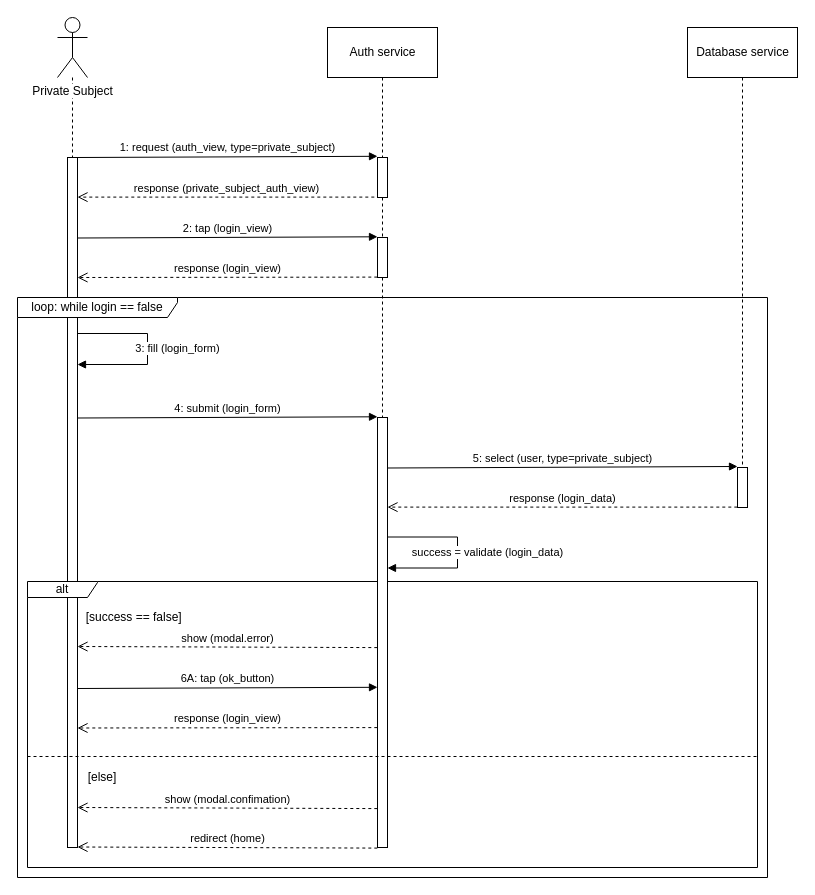
Above: RASD/assets/sequence_diagrams/login_private_subject.drawio in Tallino/DaneseSavoldelli (draw.io), before the change. Source tidied: cells renumbered, new cells numbered last; positions are measured from the earlier drawing's top-left corner, leaving out a move shared by most shapes. Both pictures are drawn from the tidied source at 100%, with x=0, y=0 at pixel (17, 17).
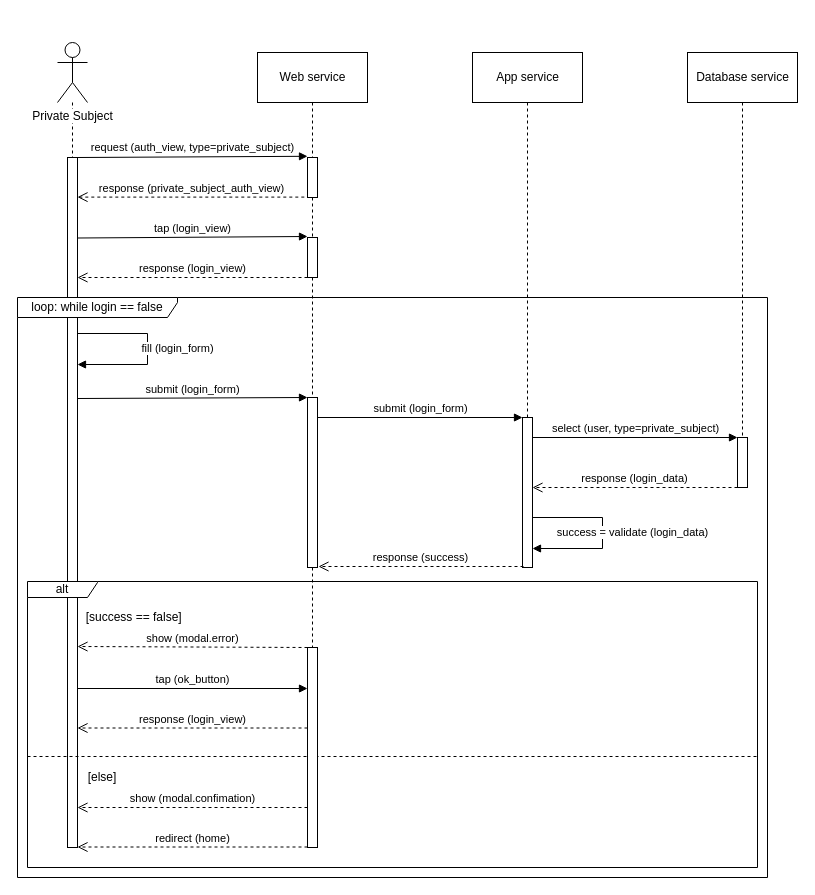
The same page after the edit.

Change to the diagram source:
```diff
@@
     <mxCell id="6" value="Private Subject" style="shape=umlActor;verticalLabelPosition=bottom;labelBackgroundColor=#ffffff;verticalAlign=top;html=1;" parent="1" vertex="1">
-      <mxGeometry x="40" width="30" height="60" as="geometry" />
+      <mxGeometry x="40" y="25" width="30" height="60" as="geometry" />
     </mxCell>
@@
-    <mxCell id="8" value="Auth service" style="html=1;" parent="1" vertex="1">
-      <mxGeometry x="310" y="10" width="110" height="50" as="geometry" />
+    <mxCell id="8" value="Web service" style="html=1;" parent="1" vertex="1">
+      <mxGeometry x="240" y="35" width="110" height="50" as="geometry" />
     </mxCell>
@@
     <mxCell id="10" value="Database service" style="html=1;" parent="1" vertex="1">
-      <mxGeometry x="670" y="10" width="110" height="50" as="geometry" />
+      <mxGeometry x="670" y="35" width="110" height="50" as="geometry" />
     </mxCell>
@@
     <mxCell id="12" style="html=1;points=[];perimeter=orthogonalPerimeter;" parent="1" vertex="1">
-      <mxGeometry x="360" y="140" width="10" height="40" as="geometry" />
+      <mxGeometry x="290" y="140" width="10" height="40" as="geometry" />
     </mxCell>
-    <mxCell id="13" style="edgeStyle=orthogonalEdgeStyle;rounded=0;jettySize=auto;html=1;endArrow=none;endFill=0;dashed=1;" parent="1" edge="1" source="14" target="15">
-      <mxGeometry relative="1" as="geometry" />
-    </mxCell>
+    <mxCell id="34" style="edgeStyle=orthogonalEdgeStyle;rounded=0;jettySize=auto;html=1;dashed=1;labelBackgroundColor=none;startArrow=none;startFill=0;endArrow=none;endFill=0;" parent="1" edge="1" source="14" target="36">
+      <mxGeometry relative="1" as="geometry" />
+    </mxCell>
     <mxCell id="14" style="html=1;points=[];perimeter=orthogonalPerimeter;" parent="1" vertex="1">
-      <mxGeometry x="360" y="220" width="10" height="40" as="geometry" />
+      <mxGeometry x="290" y="220" width="10" height="40" as="geometry" />
     </mxCell>
     <mxCell id="15" style="html=1;points=[];perimeter=orthogonalPerimeter;" parent="1" vertex="1">
-      <mxGeometry x="360" y="400" width="10" height="430" as="geometry" />
+      <mxGeometry x="505" y="400" width="10" height="150" as="geometry" />
     </mxCell>
     <mxCell id="16" style="html=1;points=[];perimeter=orthogonalPerimeter;" parent="1" vertex="1">
-      <mxGeometry x="720" y="450" width="10" height="40" as="geometry" />
+      <mxGeometry x="720" y="420" width="10" height="50" as="geometry" />
     </mxCell>
-    <mxCell id="17" value="1: request (auth_view, type=private_subject)" style="html=1;verticalAlign=bottom;endArrow=block;entryX=0;entryY=-0.03;entryDx=0;entryDy=0;entryPerimeter=0;" parent="1" edge="1" target="12">
+    <mxCell id="17" value="request (auth_view, type=private_subject)" style="html=1;verticalAlign=bottom;endArrow=block;entryX=0;entryY=-0.03;entryDx=0;entryDy=0;entryPerimeter=0;" parent="1" edge="1" target="12">
       <mxGeometry relative="1" as="geometry">
         <mxPoint x="60" y="140" as="sourcePoint" />
       </mxGeometry>
     </mxCell>
@@
-    <mxCell id="19" value="2: tap (login_view)" style="html=1;verticalAlign=bottom;endArrow=block;entryX=0;entryY=-0.03;entryDx=0;entryDy=0;entryPerimeter=0;" parent="1" edge="1">
+    <mxCell id="19" value="tap (login_view)" style="html=1;verticalAlign=bottom;endArrow=block;" parent="1" edge="1">
       <mxGeometry relative="1" as="geometry">
         <mxPoint x="60" y="220.5" as="sourcePoint" />
-        <mxPoint x="360" y="219.3" as="targetPoint" />
+        <mxPoint x="290" y="219" as="targetPoint" />
       </mxGeometry>
     </mxCell>
-    <mxCell id="20" value="response (login_view)" style="html=1;verticalAlign=bottom;endArrow=open;dashed=1;endSize=8;exitX=-0.32;exitY=0.99;exitDx=0;exitDy=0;exitPerimeter=0;" parent="1" edge="1">
+    <mxCell id="20" value="response (login_view)" style="html=1;verticalAlign=bottom;endArrow=open;dashed=1;endSize=8;" parent="1" edge="1">
       <mxGeometry relative="1" as="geometry">
-        <mxPoint x="359.8" y="259.6" as="sourcePoint" />
+        <mxPoint x="290" y="260" as="sourcePoint" />
         <mxPoint x="60" y="260" as="targetPoint" />
       </mxGeometry>
     </mxCell>
-    <mxCell id="21" value="3: fill (login_form)" style="html=1;verticalAlign=bottom;endArrow=block;exitX=1;exitY=0.315;exitDx=0;exitDy=0;exitPerimeter=0;rounded=0;" parent="1" edge="1">
+    <mxCell id="21" value="fill (login_form)" style="html=1;verticalAlign=bottom;endArrow=block;exitX=1;exitY=0.315;exitDx=0;exitDy=0;exitPerimeter=0;rounded=0;" parent="1" edge="1">
       <mxGeometry x="0.18" y="-31" relative="1" as="geometry">
         <mxPoint x="60" y="316" as="sourcePoint" />
         <mxPoint x="60" y="347" as="targetPoint" />
         <Array as="points">
           <mxPoint x="130" y="316" />
           <mxPoint x="130" y="347" />
         </Array>
         <mxPoint x="30" y="24" as="offset" />
       </mxGeometry>
     </mxCell>
-    <mxCell id="22" value="4: submit (login_form)" style="html=1;verticalAlign=bottom;endArrow=block;entryX=0;entryY=-0.03;entryDx=0;entryDy=0;entryPerimeter=0;" parent="1" edge="1">
+    <mxCell id="22" value="submit (login_form)" style="html=1;verticalAlign=bottom;endArrow=block;" parent="1" edge="1">
       <mxGeometry relative="1" as="geometry">
-        <mxPoint x="60" y="400.5" as="sourcePoint" />
-        <mxPoint x="360" y="399.3" as="targetPoint" />
+        <mxPoint x="60" y="381" as="sourcePoint" />
+        <mxPoint x="290" y="380" as="targetPoint" />
       </mxGeometry>
     </mxCell>
-    <mxCell id="23" value="5: select (user, type=private_subject)" style="html=1;verticalAlign=bottom;endArrow=block;" parent="1" edge="1">
+    <mxCell id="23" value="select (user, type=private_subject)" style="html=1;verticalAlign=bottom;endArrow=block;" parent="1" edge="1" source="15">
       <mxGeometry relative="1" as="geometry">
-        <mxPoint x="370" y="450.5" as="sourcePoint" />
-        <mxPoint x="720" y="449" as="targetPoint" />
+        <mxPoint x="720" y="420" as="targetPoint" />
       </mxGeometry>
     </mxCell>
-    <mxCell id="24" value="response (login_data)" style="html=1;verticalAlign=bottom;endArrow=open;dashed=1;endSize=8;exitX=-0.32;exitY=0.99;exitDx=0;exitDy=0;exitPerimeter=0;" parent="1" edge="1" target="15">
+    <mxCell id="24" value="response (login_data)" style="html=1;verticalAlign=bottom;endArrow=open;dashed=1;endSize=8;" parent="1" edge="1" source="16" target="15">
       <mxGeometry relative="1" as="geometry">
-        <mxPoint x="719.8" y="489.6" as="sourcePoint" />
+        <Array as="points">
+          <mxPoint x="670" y="470" />
+        </Array>
       </mxGeometry>
     </mxCell>
     <mxCell id="25" value="success = validate (login_data)" style="html=1;verticalAlign=bottom;endArrow=block;exitX=1;exitY=0.315;exitDx=0;exitDy=0;exitPerimeter=0;rounded=0;" parent="1" edge="1">
       <mxGeometry x="0.18" y="-31" relative="1" as="geometry">
-        <mxPoint x="370" y="519.5" as="sourcePoint" />
-        <mxPoint x="370" y="550.5" as="targetPoint" />
+        <mxPoint x="515" y="500" as="sourcePoint" />
+        <mxPoint x="515" y="531" as="targetPoint" />
         <Array as="points">
-          <mxPoint x="440" y="519.5" />
-          <mxPoint x="440" y="550.5" />
+          <mxPoint x="585" y="500" />
+          <mxPoint x="585" y="531" />
         </Array>
         <mxPoint x="30" y="24" as="offset" />
       </mxGeometry>
     </mxCell>
@@
-    <mxCell id="27" value="show (modal.error)" style="html=1;verticalAlign=bottom;endArrow=open;dashed=1;endSize=8;exitX=-0.32;exitY=0.99;exitDx=0;exitDy=0;exitPerimeter=0;" parent="1" edge="1">
+    <mxCell id="27" value="show (modal.error)" style="html=1;verticalAlign=bottom;endArrow=open;dashed=1;endSize=8;" parent="1" edge="1" source="37">
       <mxGeometry relative="1" as="geometry">
-        <mxPoint x="359.8" y="630.1" as="sourcePoint" />
         <mxPoint x="60" y="629" as="targetPoint" />
       </mxGeometry>
     </mxCell>
-    <mxCell id="28" value="6A: tap (ok_button)" style="html=1;verticalAlign=bottom;endArrow=block;entryX=0;entryY=-0.03;entryDx=0;entryDy=0;entryPerimeter=0;" parent="1" edge="1">
+    <mxCell id="28" value="tap (ok_button)" style="html=1;verticalAlign=bottom;endArrow=block;" parent="1" edge="1" target="37">
       <mxGeometry relative="1" as="geometry">
         <mxPoint x="60" y="671" as="sourcePoint" />
-        <mxPoint x="360" y="669.8" as="targetPoint" />
       </mxGeometry>
     </mxCell>
-    <mxCell id="29" value="response (login_view)" style="html=1;verticalAlign=bottom;endArrow=open;dashed=1;endSize=8;exitX=-0.32;exitY=0.99;exitDx=0;exitDy=0;exitPerimeter=0;" parent="1" edge="1">
+    <mxCell id="29" value="response (login_view)" style="html=1;verticalAlign=bottom;endArrow=open;dashed=1;endSize=8;" parent="1" edge="1" source="37">
       <mxGeometry relative="1" as="geometry">
-        <mxPoint x="359.8" y="710.1" as="sourcePoint" />
         <mxPoint x="60" y="710.5" as="targetPoint" />
       </mxGeometry>
     </mxCell>
@@
-    <mxCell id="31" value="show (modal.confimation)" style="html=1;verticalAlign=bottom;endArrow=open;dashed=1;endSize=8;exitX=-0.32;exitY=0.99;exitDx=0;exitDy=0;exitPerimeter=0;" parent="1" edge="1">
+    <mxCell id="31" value="show (modal.confimation)" style="html=1;verticalAlign=bottom;endArrow=open;dashed=1;endSize=8;" parent="1" edge="1" source="37">
       <mxGeometry relative="1" as="geometry">
-        <mxPoint x="359.8" y="791.1" as="sourcePoint" />
         <mxPoint x="60" y="790" as="targetPoint" />
       </mxGeometry>
     </mxCell>
-    <mxCell id="32" value="redirect (home)" style="html=1;verticalAlign=bottom;endArrow=open;dashed=1;endSize=8;exitX=-0.32;exitY=0.99;exitDx=0;exitDy=0;exitPerimeter=0;" parent="1" edge="1">
+    <mxCell id="32" value="redirect (home)" style="html=1;verticalAlign=bottom;endArrow=open;dashed=1;endSize=8;" parent="1" edge="1" source="37">
       <mxGeometry relative="1" as="geometry">
-        <mxPoint x="359.8" y="830.6" as="sourcePoint" />
         <mxPoint x="60" y="829.5" as="targetPoint" />
       </mxGeometry>
     </mxCell>
@@
+    <mxCell id="35" style="edgeStyle=orthogonalEdgeStyle;rounded=0;jettySize=auto;html=1;dashed=1;labelBackgroundColor=none;startArrow=none;startFill=0;endArrow=none;endFill=0;" parent="1" edge="1" source="36" target="37">
+      <mxGeometry relative="1" as="geometry" />
+    </mxCell>
+    <mxCell id="36" style="html=1;points=[];perimeter=orthogonalPerimeter;" parent="1" vertex="1">
+      <mxGeometry x="290" y="380" width="10" height="170" as="geometry" />
+    </mxCell>
+    <mxCell id="37" style="html=1;points=[];perimeter=orthogonalPerimeter;" parent="1" vertex="1">
+      <mxGeometry x="290" y="630" width="10" height="200" as="geometry" />
+    </mxCell>
+    <mxCell id="38" style="edgeStyle=orthogonalEdgeStyle;rounded=0;jettySize=auto;html=1;dashed=1;labelBackgroundColor=none;startArrow=none;startFill=0;endArrow=none;endFill=0;" parent="1" edge="1" source="39" target="15">
+      <mxGeometry relative="1" as="geometry" />
+    </mxCell>
+    <mxCell id="39" value="App service" style="html=1;" parent="1" vertex="1">
+      <mxGeometry x="455" y="35" width="110" height="50" as="geometry" />
+    </mxCell>
+    <mxCell id="40" value="submit (login_form)" style="html=1;verticalAlign=bottom;endArrow=block;" parent="1" edge="1" target="15">
+      <mxGeometry relative="1" as="geometry">
+        <mxPoint x="300" y="400" as="sourcePoint" />
+      </mxGeometry>
+    </mxCell>
+    <mxCell id="41" value="response (success)" style="html=1;verticalAlign=bottom;endArrow=open;dashed=1;endSize=8;" parent="1" edge="1">
+      <mxGeometry relative="1" as="geometry">
+        <mxPoint x="506" y="549" as="sourcePoint" />
+        <mxPoint x="301" y="549" as="targetPoint" />
+        <Array as="points">
+          <mxPoint x="456" y="549" />
+        </Array>
+      </mxGeometry>
+    </mxCell>
```
